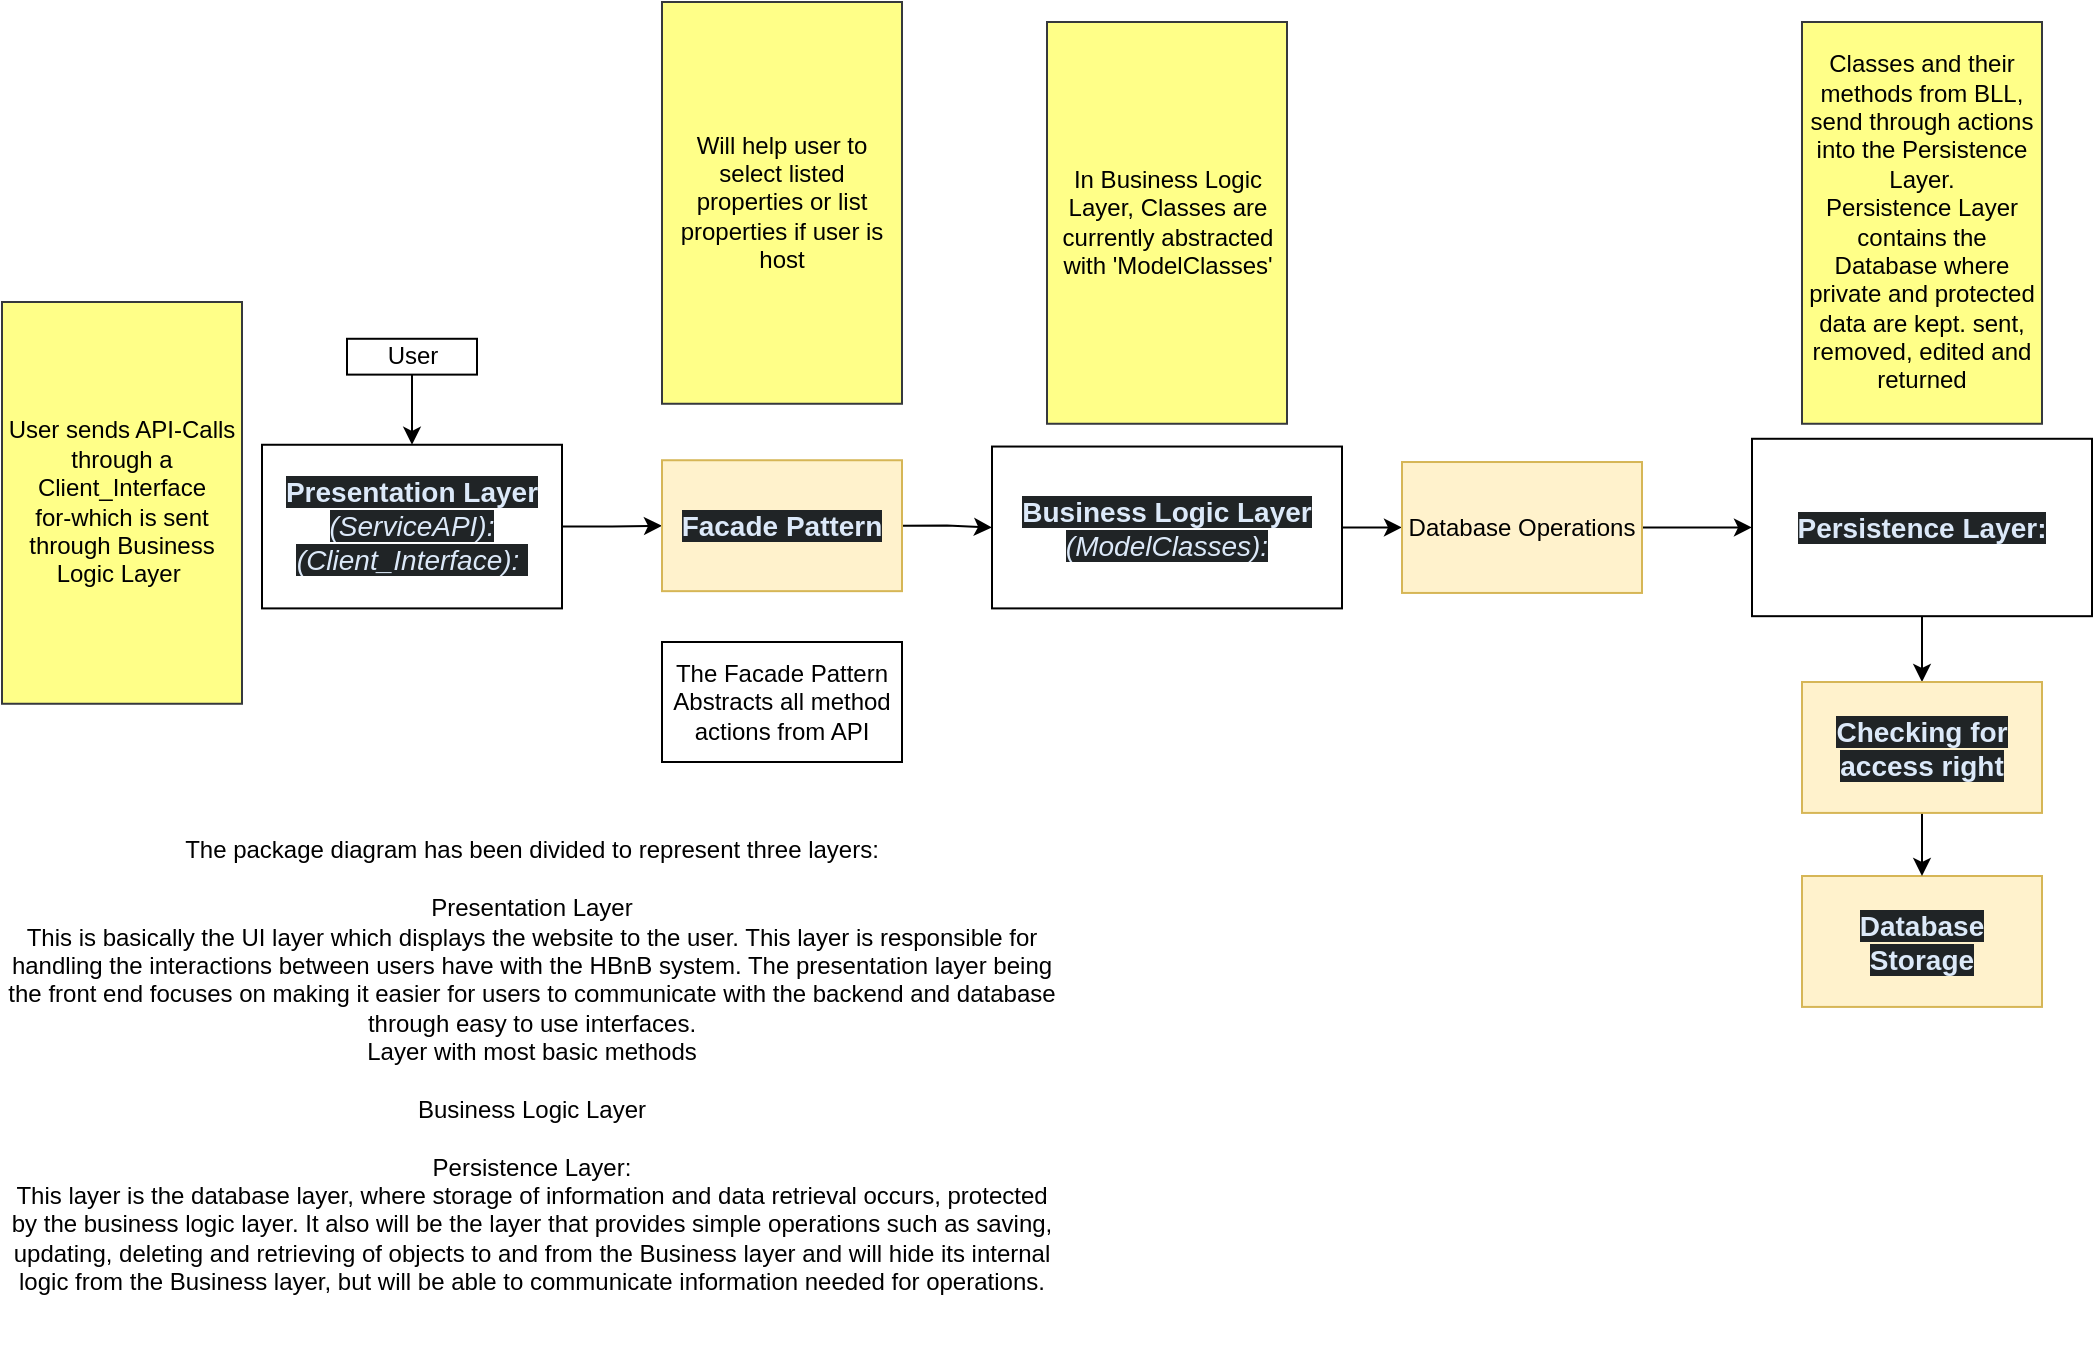
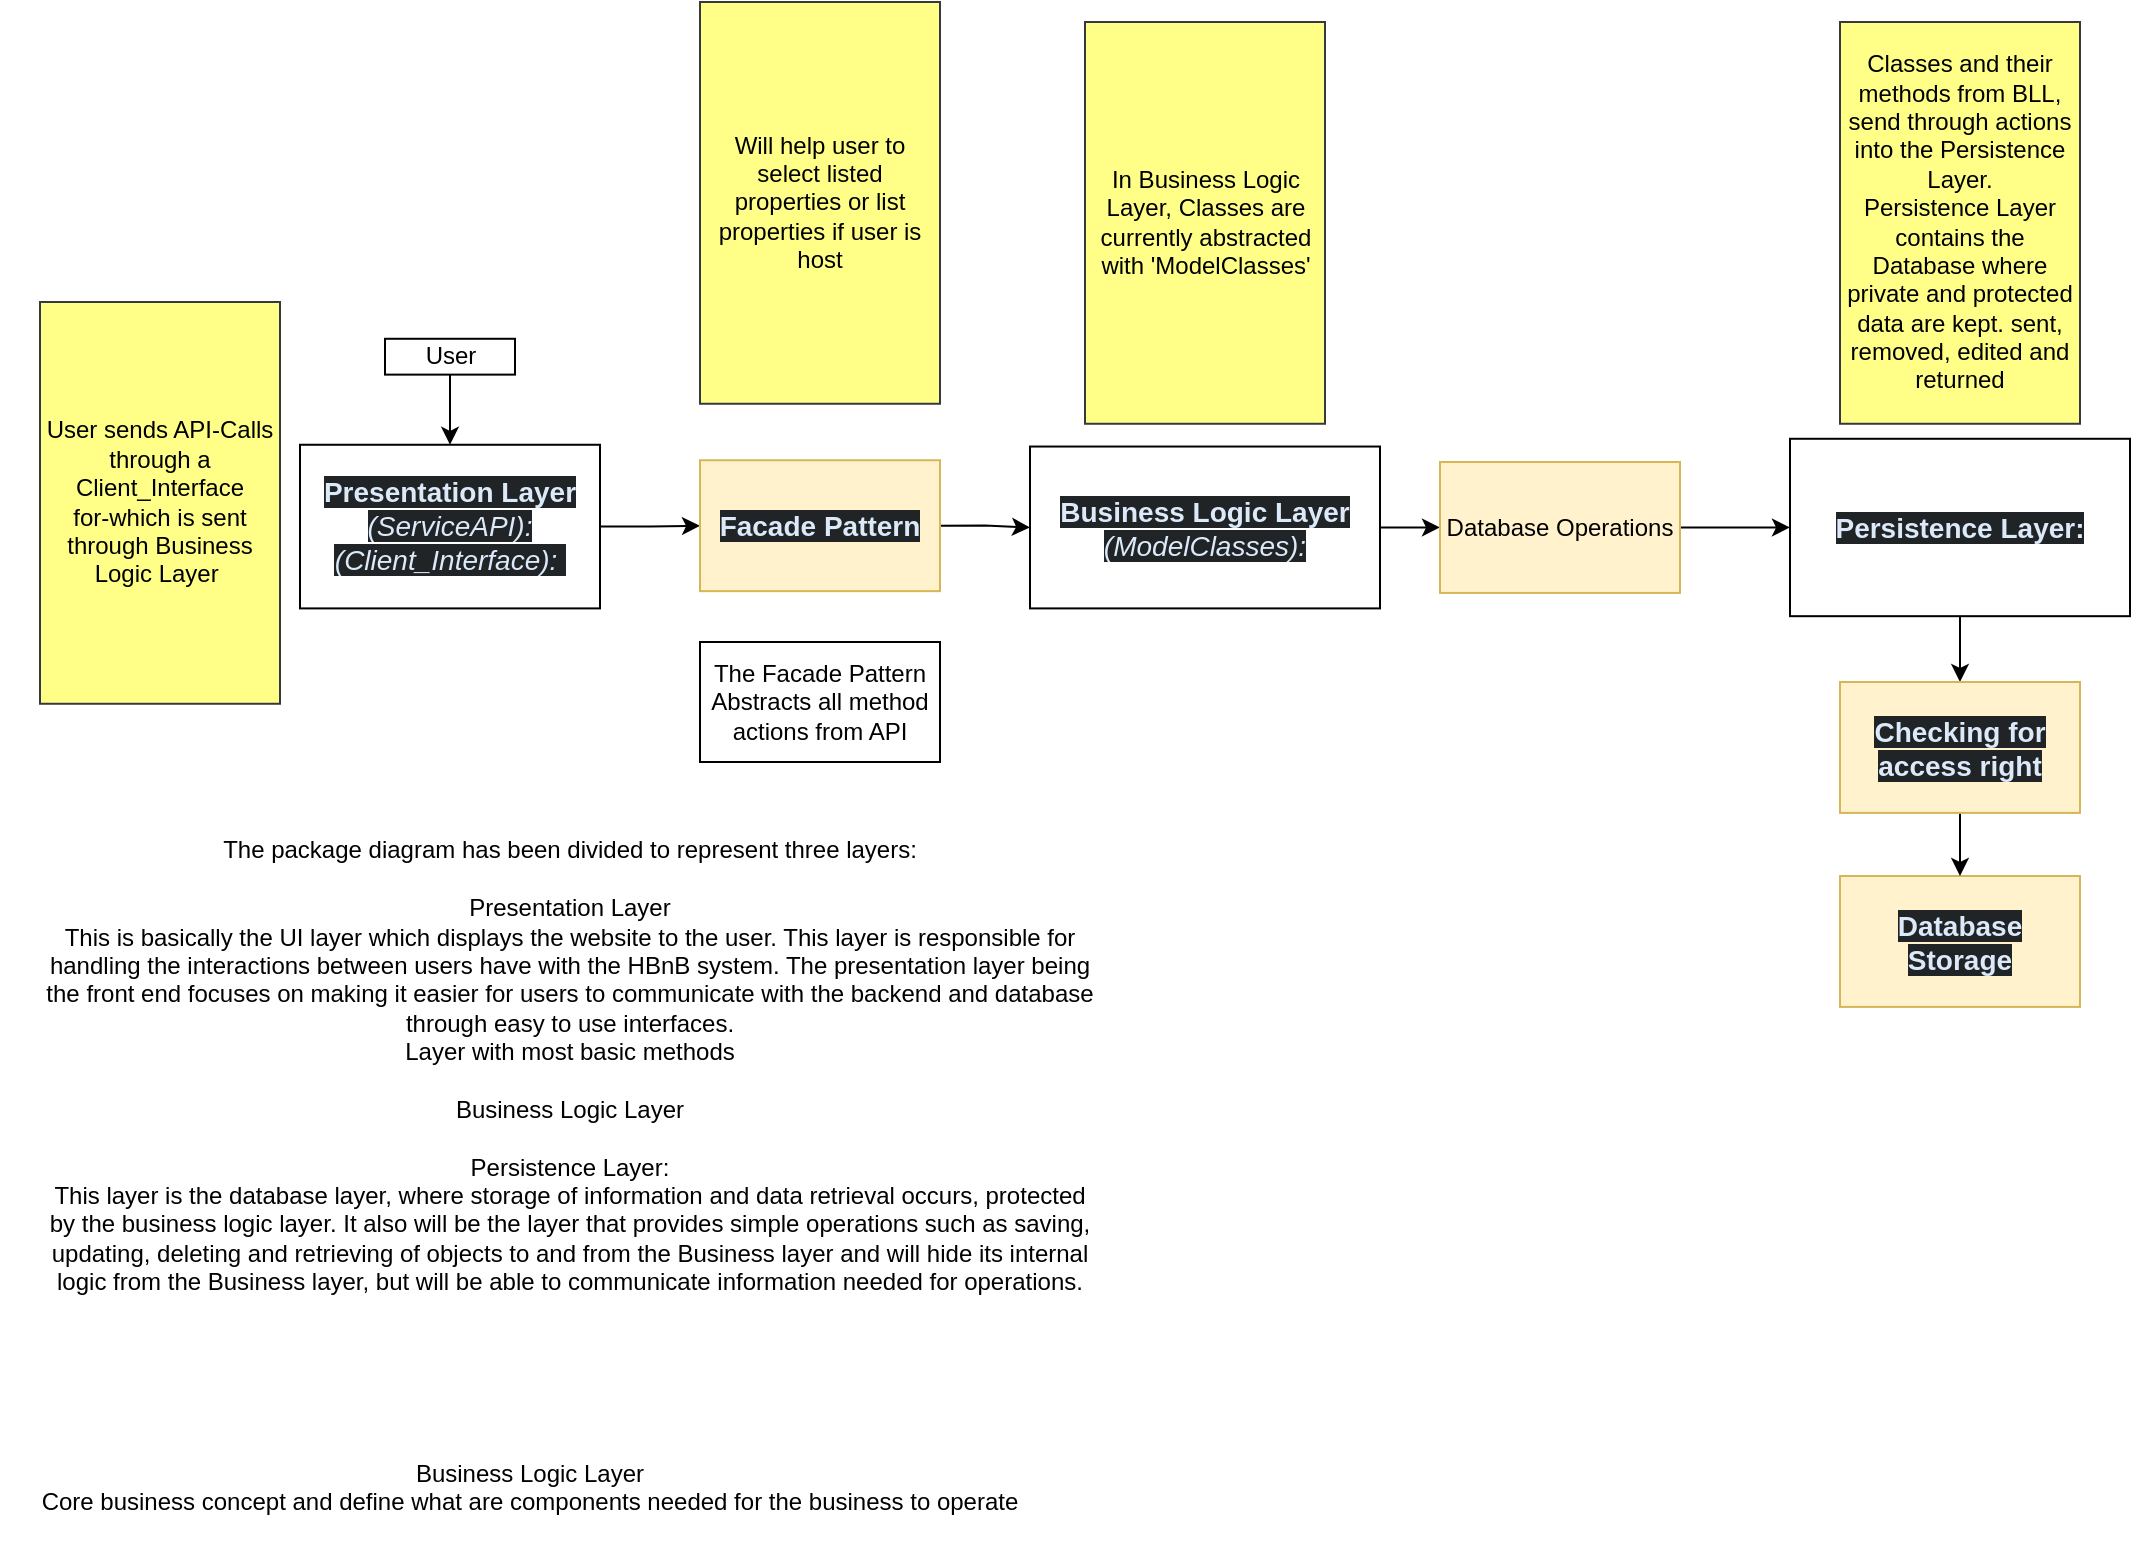
<mxfile host="app.diagrams.net">
  <diagram name="Page-1" id="2KrW7VEhyqmw7Nx4Ttr-">
-     <mxGraphModel dx="1712" dy="625" grid="1" gridSize="10" guides="1" tooltips="1" connect="1" arrows="1" fold="1" page="1" pageScale="1" pageWidth="850" pageHeight="1100" math="0" shadow="0">
+     <mxGraphModel dx="1377" dy="947" grid="1" gridSize="10" guides="1" tooltips="1" connect="1" arrows="1" fold="1" page="1" pageScale="1" pageWidth="850" pageHeight="1100" math="0" shadow="0">
      <root>
        <mxCell id="0" />
        <mxCell id="1" parent="0" />
        <mxCell id="vZHe2jEZJALmbnLdjFB--106" edge="1" parent="1" source="vZHe2jEZJALmbnLdjFB--105" style="edgeStyle=orthogonalEdgeStyle;rounded=0;orthogonalLoop=1;jettySize=auto;html=1;entryX=0.5;entryY=0;entryDx=0;entryDy=0;exitX=0.5;exitY=1;exitDx=0;exitDy=0;" target="vZHe2jEZJALmbnLdjFB--6" value="">
          <mxGeometry relative="1" as="geometry">
            <mxPoint x="360" y="250" as="sourcePoint" />
          </mxGeometry>
        </mxCell>
        <mxCell id="vZHe2jEZJALmbnLdjFB--6" parent="1" style="rounded=0;whiteSpace=wrap;html=1;" value="&lt;strong style=&quot;box-sizing: border-box; font-weight: bold; scrollbar-color: rgb(95, 99, 104) rgb(49, 54, 60); color: rgb(220, 233, 249); font-family: aktiv-grotesk, sans-serif; font-size: 14px; text-align: start; background-color: rgb(32, 36, 38);&quot;&gt;Presentation Layer &lt;/strong&gt;&lt;span style=&quot;box-sizing: border-box; scrollbar-color: rgb(95, 99, 104) rgb(49, 54, 60); color: rgb(220, 233, 249); font-family: aktiv-grotesk, sans-serif; font-size: 14px; text-align: start; background-color: rgb(32, 36, 38);&quot;&gt;&lt;i&gt;(ServiceAPI):&lt;/i&gt;&lt;/span&gt;&lt;div&gt;&lt;span style=&quot;color: rgb(220, 233, 249); font-family: aktiv-grotesk, sans-serif; font-size: 14px; text-align: start; background-color: rgb(32, 36, 38);&quot;&gt;&lt;i&gt;(Client_Interface):&amp;nbsp;&lt;/i&gt;&lt;/span&gt;&lt;/div&gt;" vertex="1">
          <mxGeometry height="81.82" width="150" x="400" y="301.38" as="geometry" />
        </mxCell>
        <mxCell id="vZHe2jEZJALmbnLdjFB--8" edge="1" parent="1" source="vZHe2jEZJALmbnLdjFB--10" style="edgeStyle=orthogonalEdgeStyle;rounded=0;orthogonalLoop=1;jettySize=auto;html=1;exitX=1;exitY=0.5;exitDx=0;exitDy=0;entryX=0;entryY=0.5;entryDx=0;entryDy=0;" target="vZHe2jEZJALmbnLdjFB--39">
          <mxGeometry relative="1" as="geometry" />
        </mxCell>
        <mxCell id="vZHe2jEZJALmbnLdjFB--10" parent="1" style="rounded=0;whiteSpace=wrap;html=1;" value="&lt;span style=&quot;box-sizing: border-box; scrollbar-color: rgb(95, 99, 104) rgb(49, 54, 60); color: rgb(220, 233, 249); font-family: aktiv-grotesk, sans-serif; font-size: 14px; text-align: start; background-color: rgb(32, 36, 38);&quot;&gt;&lt;b&gt;Business Logic Layer &lt;/b&gt;&lt;i style=&quot;&quot;&gt;(ModelClasses):&lt;/i&gt;&lt;/span&gt;" vertex="1">
          <mxGeometry height="80.93" width="175" x="765" y="302.27" as="geometry" />
        </mxCell>
        <mxCell id="vZHe2jEZJALmbnLdjFB--11" edge="1" parent="1" source="vZHe2jEZJALmbnLdjFB--12" style="edgeStyle=orthogonalEdgeStyle;rounded=0;orthogonalLoop=1;jettySize=auto;html=1;exitX=0.5;exitY=1;exitDx=0;exitDy=0;entryX=0.5;entryY=0;entryDx=0;entryDy=0;" target="vZHe2jEZJALmbnLdjFB--102">
          <mxGeometry relative="1" as="geometry" />
        </mxCell>
        <mxCell id="vZHe2jEZJALmbnLdjFB--12" parent="1" style="rounded=0;whiteSpace=wrap;html=1;" value="&lt;strong style=&quot;box-sizing: border-box; font-weight: bold; scrollbar-color: rgb(95, 99, 104) rgb(49, 54, 60); color: rgb(220, 233, 249); font-family: aktiv-grotesk, sans-serif; font-size: 14px; text-align: start; background-color: rgb(32, 36, 38);&quot;&gt;Persistence Layer:&lt;/strong&gt;" vertex="1">
          <mxGeometry height="88.7" width="170" x="1145" y="298.39" as="geometry" />
        </mxCell>
        <mxCell id="vZHe2jEZJALmbnLdjFB--29" parent="1" style="rounded=0;whiteSpace=wrap;html=1;align=center;fillColor=#fff2cc;strokeColor=#d6b656;" value="&lt;div style=&quot;&quot;&gt;&lt;font color=&quot;#dce9f9&quot; face=&quot;aktiv-grotesk, sans-serif&quot;&gt;&lt;span style=&quot;font-size: 14px; background-color: rgb(32, 36, 38);&quot;&gt;&lt;b&gt;Database&lt;br&gt;Storage&lt;/b&gt;&lt;/span&gt;&lt;/font&gt;&lt;/div&gt;" vertex="1">
          <mxGeometry height="65.46" width="120" x="1170" y="517" as="geometry" />
        </mxCell>
        <mxCell id="vZHe2jEZJALmbnLdjFB--35" edge="1" parent="1" source="vZHe2jEZJALmbnLdjFB--37" style="edgeStyle=orthogonalEdgeStyle;rounded=0;orthogonalLoop=1;jettySize=auto;html=1;exitX=1;exitY=0.5;exitDx=0;exitDy=0;" target="vZHe2jEZJALmbnLdjFB--10">
          <mxGeometry relative="1" as="geometry">
            <mxPoint x="750" y="339.5700000000001" as="sourcePoint" />
          </mxGeometry>
        </mxCell>
        <mxCell id="vZHe2jEZJALmbnLdjFB--36" edge="1" parent="1" source="vZHe2jEZJALmbnLdjFB--6" style="edgeStyle=orthogonalEdgeStyle;rounded=0;orthogonalLoop=1;jettySize=auto;html=1;exitX=1;exitY=0.5;exitDx=0;exitDy=0;entryX=0;entryY=0.5;entryDx=0;entryDy=0;" target="vZHe2jEZJALmbnLdjFB--37">
          <mxGeometry relative="1" as="geometry">
            <mxPoint x="575" y="430" as="targetPoint" />
          </mxGeometry>
        </mxCell>
        <mxCell id="vZHe2jEZJALmbnLdjFB--37" parent="1" style="rounded=0;whiteSpace=wrap;html=1;align=center;fillColor=#fff2cc;strokeColor=#d6b656;" value="&lt;div style=&quot;&quot;&gt;&lt;font color=&quot;#dce9f9&quot; face=&quot;aktiv-grotesk, sans-serif&quot;&gt;&lt;span style=&quot;font-size: 14px; background-color: rgb(32, 36, 38);&quot;&gt;&lt;b&gt;Facade Pattern&lt;/b&gt;&lt;/span&gt;&lt;/font&gt;&lt;/div&gt;" vertex="1">
          <mxGeometry height="65.46" width="120" x="600" y="309.11999999999995" as="geometry" />
        </mxCell>
        <mxCell id="vZHe2jEZJALmbnLdjFB--38" edge="1" parent="1" source="vZHe2jEZJALmbnLdjFB--39" style="edgeStyle=orthogonalEdgeStyle;rounded=0;orthogonalLoop=1;jettySize=auto;html=1;exitX=1;exitY=0.5;exitDx=0;exitDy=0;entryX=0;entryY=0.5;entryDx=0;entryDy=0;" target="vZHe2jEZJALmbnLdjFB--12">
          <mxGeometry relative="1" as="geometry" />
        </mxCell>
        <mxCell id="vZHe2jEZJALmbnLdjFB--39" parent="1" style="rounded=0;whiteSpace=wrap;html=1;align=center;fillColor=#fff2cc;strokeColor=#d6b656;" value="Database Operations" vertex="1">
          <mxGeometry height="65.46" width="120" x="970" y="310.01" as="geometry" />
        </mxCell>
        <mxCell id="vZHe2jEZJALmbnLdjFB--101" edge="1" parent="1" source="vZHe2jEZJALmbnLdjFB--102" style="edgeStyle=orthogonalEdgeStyle;rounded=0;orthogonalLoop=1;jettySize=auto;html=1;exitX=0.5;exitY=1;exitDx=0;exitDy=0;entryX=0.5;entryY=0;entryDx=0;entryDy=0;" target="vZHe2jEZJALmbnLdjFB--29">
          <mxGeometry relative="1" as="geometry">
            <mxPoint x="1460" y="530" as="targetPoint" />
          </mxGeometry>
        </mxCell>
        <mxCell id="vZHe2jEZJALmbnLdjFB--102" parent="1" style="rounded=0;whiteSpace=wrap;html=1;align=center;fillColor=#fff2cc;strokeColor=#d6b656;" value="&lt;div style=&quot;&quot;&gt;&lt;font color=&quot;#dce9f9&quot; face=&quot;aktiv-grotesk, sans-serif&quot;&gt;&lt;span style=&quot;font-size: 14px; background-color: rgb(32, 36, 38);&quot;&gt;&lt;b&gt;Checking for access right&lt;/b&gt;&lt;/span&gt;&lt;/font&gt;&lt;/div&gt;" vertex="1">
          <mxGeometry height="65.46" width="120" x="1170" y="420" as="geometry" />
        </mxCell>
        <mxCell id="vZHe2jEZJALmbnLdjFB--105" parent="1" style="whiteSpace=wrap;html=1;rounded=0;" value="User" vertex="1">
          <mxGeometry height="17.92" width="65" x="442.5" y="248.39" as="geometry" />
        </mxCell>
        <mxCell id="WIsYPLuYnzwIEppj4hiX-1" parent="1" style="rounded=0;whiteSpace=wrap;html=1;fillColor=light-dark(#FFFF88,#FFFF63);strokeColor=#36393d;fontColor=light-dark(#000000,#000000);" value="User sends API-Calls through a Client_Interface&lt;br&gt;for-which is sent through Business Logic Layer&amp;nbsp;" vertex="1">
          <mxGeometry height="200.88" width="120" x="270" y="230" as="geometry" />
        </mxCell>
        <mxCell id="WIsYPLuYnzwIEppj4hiX-2" parent="1" style="rounded=0;whiteSpace=wrap;html=1;fillColor=light-dark(#FFFF88,#FFFF63);strokeColor=#36393d;fontColor=light-dark(#000000,#000000);" value="In Business Logic Layer, Classes are currently abstracted with &#39;ModelClasses&#39;" vertex="1">
          <mxGeometry height="200.88" width="120" x="792.5" y="90" as="geometry" />
        </mxCell>
        <mxCell id="WIsYPLuYnzwIEppj4hiX-3" parent="1" style="rounded=0;whiteSpace=wrap;html=1;fillColor=light-dark(#FFFF88,#FFFF63);strokeColor=#36393d;fontColor=light-dark(#000000,#000000);" value="Classes and their methods from BLL,&lt;br&gt;send through actions into the Persistence Layer.&lt;br&gt;Persistence Layer contains the Database where private and protected data are kept. sent, removed, edited and returned" vertex="1">
          <mxGeometry height="200.88" width="120" x="1170" y="90" as="geometry" />
        </mxCell>
        <mxCell id="WgZE8rlp9okLk8PS5iAP-1" parent="1" style="rounded=0;whiteSpace=wrap;html=1;fillColor=light-dark(#FFFF88,#FFFF63);strokeColor=#36393d;fontColor=light-dark(#000000,#000000);" value="Will help user to select listed properties or list properties if user is host" vertex="1">
          <mxGeometry height="200.88" width="120" x="600" y="80" as="geometry" />
        </mxCell>
        <mxCell id="jcnPVMmyGXToek09mdS7-1" parent="1" style="rounded=0;whiteSpace=wrap;html=1;" value="The Facade Pattern Abstracts all method actions from API" vertex="1">
          <mxGeometry height="60" width="120" x="600" y="400" as="geometry" />
        </mxCell>
        <mxCell id="3AgvAKh3npFNZkdtQLno-1" parent="1" style="text;html=1;whiteSpace=wrap;strokeColor=none;fillColor=none;align=center;verticalAlign=middle;rounded=0;" value="The package diagram has been divided to represent three layers:&lt;br&gt;&lt;br&gt;Presentation Layer&lt;div&gt;This is basically the UI layer which displays the website to the user. This layer is responsible for handling the interactions between users have with the HBnB system. The presentation layer being the front end focuses on making it easier for users to communicate with the backend and database through easy to use interfaces.&lt;br&gt;Layer with most basic methods&lt;br&gt;&lt;br&gt;Business Logic Layer&lt;div&gt;&lt;br&gt;&lt;/div&gt;&lt;div&gt;Persistence Layer:&lt;/div&gt;&lt;div&gt;This layer is the database layer, where storage of information and data retrieval occurs, protected by the business logic layer. It also will be the layer that provides simple operations such as saving, updating, deleting and retrieving of objects to and from the Business layer and will hide its internal logic from the Business layer, but will be able to communicate information needed for operations.&lt;/div&gt;&lt;/div&gt;" vertex="1">
          <mxGeometry height="303" width="530" x="270" y="460" as="geometry" />
        </mxCell>
+         <mxCell id="W_o3C3PsjH2Ao98SipCb-1" parent="1" style="text;html=1;whiteSpace=wrap;strokeColor=none;fillColor=none;align=center;verticalAlign=middle;rounded=0;" value="Business Logic Layer&lt;div&gt;Core business concept and define what are components needed for the business to operate&lt;/div&gt;&lt;div&gt;&lt;div&gt;&lt;br&gt;&lt;/div&gt;&lt;/div&gt;" vertex="1">
+           <mxGeometry height="60" width="530" x="250" y="800" as="geometry" />
+         </mxCell>
      </root>
    </mxGraphModel>
  </diagram>
</mxfile>
